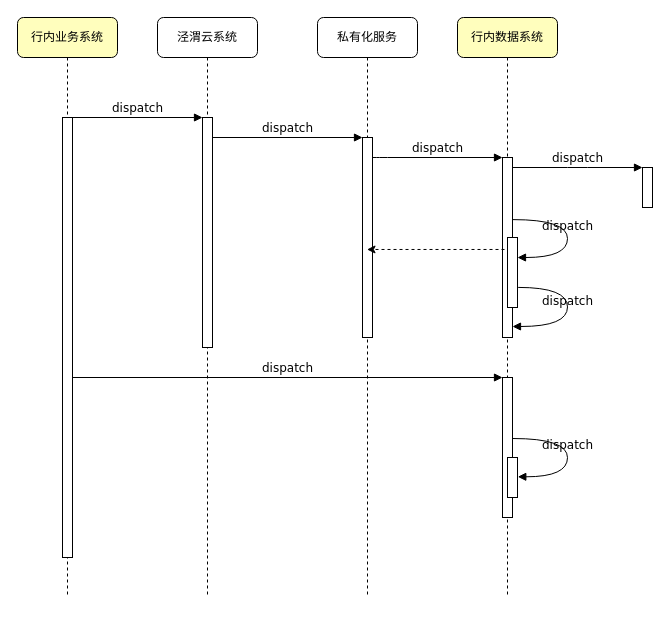
The draw.io diagram 未命名绘图.drawio in Colin007/diagrams, before the edit. Source tidied: cells renumbered, new cells numbered last; positions are measured from the earlier drawing's top-left corner, leaving out a move shared by most shapes. Both pictures are drawn from the tidied source at 100%, with x=0, y=0 at pixel (17, 17).
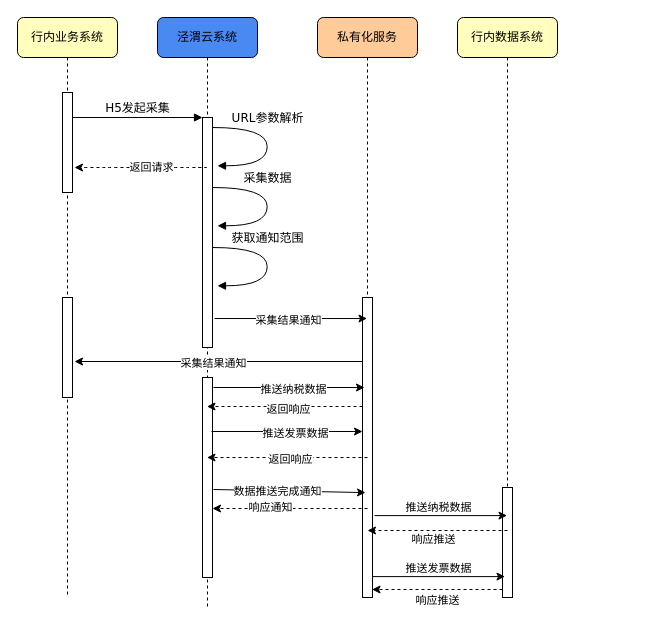
After the change.

Commit message:
更新未命名绘图.drawio

The change refers to these unchanged cells:
```xml
<mxCell id="3" style="html=1;points=[];perimeter=orthogonalPerimeter;rounded=0;shadow=0;comic=0;labelBackgroundColor=none;strokeWidth=1;fontFamily=Verdana;fontSize=12;align=center;" parent="2" vertex="1">
  <mxGeometry x="45" y="100" width="10" height="230" as="geometry" />
</mxCell>
<mxCell id="6" value="行内数据系统" style="shape=umlLifeline;perimeter=lifelinePerimeter;whiteSpace=wrap;html=1;rounded=1;shadow=0;comic=0;labelBackgroundColor=none;strokeWidth=1;fontFamily=Verdana;fontSize=12;align=center;fillColor=#FFFEBD;" parent="1" vertex="1">
  <mxGeometry x="440" width="100" height="580" as="geometry" />
</mxCell>
<mxCell id="7" value="行内业务系统" style="shape=umlLifeline;perimeter=lifelinePerimeter;whiteSpace=wrap;html=1;rounded=1;shadow=0;comic=0;labelBackgroundColor=none;strokeWidth=1;fontFamily=Verdana;fontSize=12;align=center;fillColor=#FFFEBD;" parent="1" vertex="1">
  <mxGeometry width="100" height="580" as="geometry" />
</mxCell>
```

What changed in the source:
```diff
@@
-    <mxCell id="2" value="泾渭云系统" style="shape=umlLifeline;perimeter=lifelinePerimeter;whiteSpace=wrap;html=1;outlineConnect=0;rounded=1;shadow=0;comic=0;labelBackgroundColor=none;strokeWidth=1;fontFamily=Verdana;fontSize=12;align=center;" parent="1" vertex="1">
-      <mxGeometry x="140" width="100" height="580" as="geometry" />
+    <mxCell id="2" value="泾渭云系统" style="shape=umlLifeline;perimeter=lifelinePerimeter;whiteSpace=wrap;html=1;outlineConnect=0;rounded=1;shadow=0;comic=0;labelBackgroundColor=none;strokeWidth=1;fontFamily=Verdana;fontSize=12;align=center;fillColor=#4989F2;" parent="1" vertex="1">
+      <mxGeometry x="140" width="100" height="590" as="geometry" />
     </mxCell>
@@
+    <mxCell id="23" value="URL参数解析" style="html=1;verticalAlign=bottom;endArrow=block;labelBackgroundColor=none;fontFamily=Verdana;fontSize=12;elbow=vertical;edgeStyle=orthogonalEdgeStyle;curved=1;entryX=1;entryY=0.286;entryPerimeter=0;exitX=1.038;exitY=0.345;exitPerimeter=0;" parent="2" edge="1">
+      <mxGeometry x="-0.23" relative="1" as="geometry">
+        <mxPoint x="55" y="110" as="sourcePoint" />
+        <mxPoint x="60" y="148.3" as="targetPoint" />
+        <Array as="points">
+          <mxPoint x="109.7" y="110" />
+          <mxPoint x="109.7" y="148" />
+        </Array>
+      </mxGeometry>
+    </mxCell>
+    <mxCell id="24" value="获取通知范围" style="html=1;verticalAlign=bottom;endArrow=block;labelBackgroundColor=none;fontFamily=Verdana;fontSize=12;elbow=vertical;edgeStyle=orthogonalEdgeStyle;curved=1;entryX=1;entryY=0.286;entryPerimeter=0;exitX=1.038;exitY=0.345;exitPerimeter=0;" parent="2" edge="1">
+      <mxGeometry x="-0.23" relative="1" as="geometry">
+        <mxPoint x="55" y="230" as="sourcePoint" />
+        <mxPoint x="60" y="268.3" as="targetPoint" />
+        <Array as="points">
+          <mxPoint x="109.7" y="230" />
+          <mxPoint x="109.7" y="268" />
+        </Array>
+      </mxGeometry>
+    </mxCell>
+    <mxCell id="25" style="html=1;points=[];perimeter=orthogonalPerimeter;rounded=0;shadow=0;comic=0;labelBackgroundColor=none;strokeWidth=1;fontFamily=Verdana;fontSize=12;align=center;" parent="2" vertex="1">
+      <mxGeometry x="45" y="360" width="10" height="200" as="geometry" />
+    </mxCell>
-    <mxCell id="4" value="私有化服务" style="shape=umlLifeline;perimeter=lifelinePerimeter;whiteSpace=wrap;html=1;outlineConnect=0;rounded=1;shadow=0;comic=0;labelBackgroundColor=none;strokeWidth=1;fontFamily=Verdana;fontSize=12;align=center;" parent="1" vertex="1">
+    <mxCell id="4" value="私有化服务" style="shape=umlLifeline;perimeter=lifelinePerimeter;whiteSpace=wrap;html=1;outlineConnect=0;rounded=1;shadow=0;comic=0;labelBackgroundColor=none;strokeWidth=1;fontFamily=Verdana;fontSize=12;align=center;fillColor=#FFCB99;" parent="1" vertex="1">
       <mxGeometry x="300" width="100" height="580" as="geometry" />
     </mxCell>
     <mxCell id="5" style="html=1;points=[];perimeter=orthogonalPerimeter;rounded=0;shadow=0;comic=0;labelBackgroundColor=none;strokeWidth=1;fontFamily=Verdana;fontSize=12;align=center;" parent="4" vertex="1">
-      <mxGeometry x="45" y="120" width="10" height="200" as="geometry" />
+      <mxGeometry x="45" y="280" width="10" height="300" as="geometry" />
     </mxCell>
+    <mxCell id="26" style="endArrow=classic;html=1;rounded=0;dashed=1;" parent="4" edge="1" target="2">
+      <mxGeometry relative="1" as="geometry">
+        <mxPoint x="50" y="440" as="sourcePoint" />
+      </mxGeometry>
+    </mxCell>
+    <mxCell id="27" value="返回响应" style="edgeLabel;html=1;align=center;verticalAlign=middle;" parent="26" vertex="1">
+      <mxGeometry x="-0.14" y="1" relative="1" as="geometry">
+        <mxPoint x="-9" as="offset" />
+      </mxGeometry>
+    </mxCell>
+    <mxCell id="28" style="endArrow=classic;html=1;rounded=0;dashed=1;" parent="4" edge="1">
+      <mxGeometry relative="1" as="geometry">
+        <mxPoint x="50" y="491" as="sourcePoint" />
+        <mxPoint x="-105" y="491" as="targetPoint" />
+      </mxGeometry>
+    </mxCell>
+    <mxCell id="29" value="响应通知" style="edgeLabel;html=1;align=center;verticalAlign=middle;" parent="28" vertex="1">
+      <mxGeometry x="0.26" y="-2" relative="1" as="geometry" />
+    </mxCell>
@@
+    <mxCell id="9" style="html=1;points=[];perimeter=orthogonalPerimeter;rounded=0;shadow=0;comic=0;labelBackgroundColor=none;strokeWidth=1;fontFamily=Verdana;fontSize=12;align=center;" parent="6" vertex="1">
+      <mxGeometry x="45" y="470" width="10" height="110" as="geometry" />
+    </mxCell>
+    <mxCell id="30" style="endArrow=classic;html=1;rounded=0;dashed=1;" parent="6" edge="1">
+      <mxGeometry relative="1" as="geometry">
+        <mxPoint x="45" y="572" as="sourcePoint" />
+        <mxPoint x="-85.5" y="572" as="targetPoint" />
+      </mxGeometry>
+    </mxCell>
+    <mxCell id="31" value="响应推送" style="edgeLabel;html=1;align=center;verticalAlign=middle;" parent="30" vertex="1">
+      <mxGeometry x="0.16" relative="1" as="geometry">
+        <mxPoint x="10" y="10" as="offset" />
+      </mxGeometry>
+    </mxCell>
@@
     <mxCell id="8" style="html=1;points=[];perimeter=orthogonalPerimeter;rounded=0;shadow=0;comic=0;labelBackgroundColor=none;strokeWidth=1;fontFamily=Verdana;fontSize=12;align=center;" parent="7" vertex="1">
-      <mxGeometry x="45" y="100" width="10" height="440" as="geometry" />
+      <mxGeometry x="45" y="75" width="10" height="100" as="geometry" />
     </mxCell>
-    <mxCell id="9" style="html=1;points=[];perimeter=orthogonalPerimeter;rounded=0;shadow=0;comic=0;labelBackgroundColor=none;strokeWidth=1;fontFamily=Verdana;fontSize=12;align=center;" parent="1" vertex="1">
-      <mxGeometry x="485" y="140" width="10" height="180" as="geometry" />
-    </mxCell>
-    <mxCell id="10" value="dispatch" style="html=1;verticalAlign=bottom;endArrow=block;labelBackgroundColor=none;fontFamily=Verdana;fontSize=12;edgeStyle=elbowEdgeStyle;elbow=vertical;" parent="1" edge="1" source="5" target="9">
-      <mxGeometry relative="1" as="geometry">
-        <Array as="points">
-          <mxPoint x="360" y="140" />
-        </Array>
-      </mxGeometry>
-    </mxCell>
-    <mxCell id="11" style="html=1;points=[];perimeter=orthogonalPerimeter;rounded=0;shadow=0;comic=0;labelBackgroundColor=none;strokeWidth=1;fontFamily=Verdana;fontSize=12;align=center;" parent="1" vertex="1">
-      <mxGeometry x="625" y="150" width="10" height="40" as="geometry" />
-    </mxCell>
-    <mxCell id="12" value="dispatch" style="html=1;verticalAlign=bottom;endArrow=block;entryX=0;entryY=0;labelBackgroundColor=none;fontFamily=Verdana;fontSize=12;edgeStyle=elbowEdgeStyle;elbow=vertical;" parent="1" edge="1" source="9" target="11">
-      <mxGeometry relative="1" as="geometry" />
-    </mxCell>
-    <mxCell id="13" style="html=1;points=[];perimeter=orthogonalPerimeter;rounded=0;shadow=0;comic=0;labelBackgroundColor=none;strokeWidth=1;fontFamily=Verdana;fontSize=12;align=center;" parent="1" vertex="1">
-      <mxGeometry x="485" y="360" width="10" height="140" as="geometry" />
-    </mxCell>
-    <mxCell id="14" value="dispatch" style="html=1;verticalAlign=bottom;endArrow=block;entryX=0;entryY=0;labelBackgroundColor=none;fontFamily=Verdana;fontSize=12;" parent="1" edge="1" source="8" target="13">
-      <mxGeometry relative="1" as="geometry" />
-    </mxCell>
+    <mxCell id="32" style="html=1;points=[];perimeter=orthogonalPerimeter;rounded=0;shadow=0;comic=0;labelBackgroundColor=none;strokeWidth=1;fontFamily=Verdana;fontSize=12;align=center;" parent="7" vertex="1">
+      <mxGeometry x="45" y="280" width="10" height="100" as="geometry" />
+    </mxCell>
-    <mxCell id="15" value="dispatch" style="html=1;verticalAlign=bottom;endArrow=block;entryX=0;entryY=0;labelBackgroundColor=none;fontFamily=Verdana;fontSize=12;edgeStyle=elbowEdgeStyle;elbow=vertical;" parent="1" edge="1" source="8" target="3">
+    <mxCell id="15" value="H5发起采集" style="html=1;verticalAlign=bottom;endArrow=block;entryX=0;entryY=0;labelBackgroundColor=none;fontFamily=Verdana;fontSize=12;edgeStyle=elbowEdgeStyle;elbow=vertical;" parent="1" edge="1" source="8" target="3">
       <mxGeometry relative="1" as="geometry" />
     </mxCell>
-    <mxCell id="16" value="dispatch" style="html=1;verticalAlign=bottom;endArrow=block;entryX=0;entryY=0;labelBackgroundColor=none;fontFamily=Verdana;fontSize=12;edgeStyle=elbowEdgeStyle;elbow=vertical;" parent="1" edge="1" source="3" target="5">
-      <mxGeometry relative="1" as="geometry" />
-    </mxCell>
-    <mxCell id="17" style="html=1;points=[];perimeter=orthogonalPerimeter;rounded=0;shadow=0;comic=0;labelBackgroundColor=none;strokeWidth=1;fontFamily=Verdana;fontSize=12;align=center;" parent="1" vertex="1">
-      <mxGeometry x="490" y="220" width="10" height="70" as="geometry" />
-    </mxCell>
-    <mxCell id="18" value="dispatch" style="html=1;verticalAlign=bottom;endArrow=block;labelBackgroundColor=none;fontFamily=Verdana;fontSize=12;elbow=vertical;edgeStyle=orthogonalEdgeStyle;curved=1;entryX=1;entryY=0.286;entryPerimeter=0;exitX=1.038;exitY=0.345;exitPerimeter=0;" parent="1" edge="1" source="9" target="17">
-      <mxGeometry relative="1" as="geometry">
-        <Array as="points">
-          <mxPoint x="550" y="202" />
-          <mxPoint x="550" y="240" />
-        </Array>
-      </mxGeometry>
-    </mxCell>
-    <mxCell id="19" value="dispatch" style="html=1;verticalAlign=bottom;endArrow=block;labelBackgroundColor=none;fontFamily=Verdana;fontSize=12;elbow=vertical;edgeStyle=orthogonalEdgeStyle;curved=1;exitX=1.066;exitY=0.713;exitPerimeter=0;" parent="1" edge="1" source="17">
-      <mxGeometry relative="1" as="geometry">
-        <mxPoint x="495" y="309" as="targetPoint" />
-        <Array as="points">
-          <mxPoint x="550" y="270" />
-          <mxPoint x="550" y="309" />
-        </Array>
-      </mxGeometry>
-    </mxCell>
-    <mxCell id="20" style="html=1;perimeter=orthogonalPerimeter;rounded=0;shadow=0;comic=0;labelBackgroundColor=none;strokeWidth=1;fontFamily=Verdana;fontSize=12;align=center;" parent="1" vertex="1">
-      <mxGeometry x="490" y="440" width="10" height="40" as="geometry" />
-    </mxCell>
-    <mxCell id="21" value="dispatch" style="html=1;verticalAlign=bottom;endArrow=block;labelBackgroundColor=none;fontFamily=Verdana;fontSize=12;elbow=vertical;edgeStyle=orthogonalEdgeStyle;curved=1;entryX=1;entryY=0.286;entryPerimeter=0;exitX=1.038;exitY=0.345;exitPerimeter=0;" parent="1" edge="1">
-      <mxGeometry relative="1" as="geometry">
-        <mxPoint x="495.3" y="421" as="sourcePoint" />
-        <mxPoint x="500.3" y="459.3" as="targetPoint" />
+    <mxCell id="21" value="采集数据" style="html=1;verticalAlign=bottom;endArrow=block;labelBackgroundColor=none;fontFamily=Verdana;fontSize=12;elbow=vertical;edgeStyle=orthogonalEdgeStyle;curved=1;entryX=1;entryY=0.286;entryPerimeter=0;exitX=1.038;exitY=0.345;exitPerimeter=0;" parent="1" edge="1">
+      <mxGeometry x="-0.23" relative="1" as="geometry">
+        <mxPoint x="195" y="170" as="sourcePoint" />
+        <mxPoint x="200" y="208.3" as="targetPoint" />
         <Array as="points">
-          <mxPoint x="550" y="421" />
-          <mxPoint x="550" y="459" />
+          <mxPoint x="249.7" y="170" />
+          <mxPoint x="249.7" y="208" />
         </Array>
       </mxGeometry>
     </mxCell>
-    <mxCell id="22" style="endArrow=classic;html=1;rounded=0;exitX=0.2;exitY=0.511;exitDx=0;exitDy=0;exitPerimeter=0;dashed=1;" parent="1" edge="1" source="9" target="4">
-      <mxGeometry relative="1" as="geometry" />
-    </mxCell>
+    <mxCell id="33" style="endArrow=classic;html=1;dashed=1;curved=1;entryX=1.2;entryY=0.65;entryDx=0;entryDy=0;entryPerimeter=0;" parent="1" edge="1">
+      <mxGeometry relative="1" as="geometry">
+        <mxPoint x="189.5" y="150" as="sourcePoint" />
+        <mxPoint x="57" y="150" as="targetPoint" />
+      </mxGeometry>
+    </mxCell>
+    <mxCell id="34" value="返回请求" style="edgeLabel;html=1;align=center;verticalAlign=middle;" parent="33" vertex="1">
+      <mxGeometry x="-0.16" y="-1" relative="1" as="geometry" />
+    </mxCell>
+    <mxCell id="35" style="endArrow=classic;html=1;exitX=1.2;exitY=0.874;exitDx=0;exitDy=0;exitPerimeter=0;rounded=0;" parent="1" edge="1" source="3" target="4">
+      <mxGeometry relative="1" as="geometry" />
+    </mxCell>
+    <mxCell id="36" value="采集结果通知" style="edgeLabel;html=1;align=center;verticalAlign=middle;" parent="35" vertex="1">
+      <mxGeometry x="0.29" y="-1" relative="1" as="geometry">
+        <mxPoint x="-25" as="offset" />
+      </mxGeometry>
+    </mxCell>
+    <mxCell id="37" style="edgeStyle=orthogonalEdgeStyle;rounded=0;jettySize=auto;html=1;entryX=1.2;entryY=0.64;entryDx=0;entryDy=0;entryPerimeter=0;" parent="1" edge="1" source="5" target="32">
+      <mxGeometry relative="1" as="geometry">
+        <Array as="points">
+          <mxPoint x="57" y="345" />
+        </Array>
+      </mxGeometry>
+    </mxCell>
+    <mxCell id="38" value="采集结果通知" style="edgeLabel;html=1;align=center;verticalAlign=middle;" parent="37" vertex="1">
+      <mxGeometry x="-0.22" y="1" relative="1" as="geometry">
+        <mxPoint x="-38" as="offset" />
+      </mxGeometry>
+    </mxCell>
+    <mxCell id="39" style="endArrow=classic;html=1;rounded=0;exitX=0.9;exitY=0.155;exitDx=0;exitDy=0;exitPerimeter=0;" parent="1" edge="1">
+      <mxGeometry relative="1" as="geometry">
+        <mxPoint x="194" y="414" as="sourcePoint" />
+        <mxPoint x="345" y="414" as="targetPoint" />
+      </mxGeometry>
+    </mxCell>
+    <mxCell id="40" value="推送发票数据" style="edgeLabel;html=1;align=center;verticalAlign=middle;" parent="39" vertex="1">
+      <mxGeometry x="0.17" y="-1" relative="1" as="geometry">
+        <mxPoint x="-5" as="offset" />
+      </mxGeometry>
+    </mxCell>
+    <mxCell id="41" style="endArrow=classic;html=1;rounded=0;dashed=1;" parent="1" edge="1">
+      <mxGeometry relative="1" as="geometry">
+        <mxPoint x="345" y="389" as="sourcePoint" />
+        <mxPoint x="189.5" y="389" as="targetPoint" />
+      </mxGeometry>
+    </mxCell>
+    <mxCell id="42" value="返回响应" style="edgeLabel;html=1;align=center;verticalAlign=middle;" parent="41" vertex="1">
+      <mxGeometry x="0.16" y="2" relative="1" as="geometry">
+        <mxPoint x="15" as="offset" />
+      </mxGeometry>
+    </mxCell>
+    <mxCell id="43" style="endArrow=classic;html=1;rounded=0;exitX=0.9;exitY=0.155;exitDx=0;exitDy=0;exitPerimeter=0;" parent="1" edge="1">
+      <mxGeometry relative="1" as="geometry">
+        <mxPoint x="196" y="370" as="sourcePoint" />
+        <mxPoint x="347" y="370" as="targetPoint" />
+      </mxGeometry>
+    </mxCell>
+    <mxCell id="44" value="推送纳税数据" style="edgeLabel;html=1;align=center;verticalAlign=middle;" parent="43" vertex="1">
+      <mxGeometry x="0.17" y="-1" relative="1" as="geometry">
+        <mxPoint x="-9" as="offset" />
+      </mxGeometry>
+    </mxCell>
+    <mxCell id="45" style="endArrow=classic;html=1;rounded=0;entryX=0.1;entryY=0.679;entryDx=0;entryDy=0;entryPerimeter=0;exitX=1.1;exitY=0.56;exitDx=0;exitDy=0;exitPerimeter=0;" parent="1" edge="1" source="25">
+      <mxGeometry relative="1" as="geometry">
+        <mxPoint x="348" y="475.1" as="targetPoint" />
+      </mxGeometry>
+    </mxCell>
+    <mxCell id="46" value="数据推送完成通知" style="edgeLabel;html=1;align=center;verticalAlign=middle;" parent="45" vertex="1">
+      <mxGeometry x="-0.18" relative="1" as="geometry">
+        <mxPoint x="2" as="offset" />
+      </mxGeometry>
+    </mxCell>
+    <mxCell id="47" style="endArrow=classic;html=1;rounded=0;exitX=1.2;exitY=0.761;exitDx=0;exitDy=0;exitPerimeter=0;" parent="1" edge="1">
+      <mxGeometry relative="1" as="geometry">
+        <mxPoint x="357" y="498.1" as="sourcePoint" />
+        <mxPoint x="489.5" y="498.1" as="targetPoint" />
+      </mxGeometry>
+    </mxCell>
+    <mxCell id="48" value="推送纳税数据" style="edgeLabel;html=1;align=center;verticalAlign=middle;" parent="47" vertex="1">
+      <mxGeometry x="-0.22" relative="1" as="geometry">
+        <mxPoint x="11" y="-9" as="offset" />
+      </mxGeometry>
+    </mxCell>
+    <mxCell id="49" style="endArrow=classic;html=1;rounded=0;exitX=1.2;exitY=0.761;exitDx=0;exitDy=0;exitPerimeter=0;" parent="1" edge="1">
+      <mxGeometry relative="1" as="geometry">
+        <mxPoint x="355" y="559.1" as="sourcePoint" />
+        <mxPoint x="487.5" y="559.1" as="targetPoint" />
+      </mxGeometry>
+    </mxCell>
+    <mxCell id="50" value="推送发票数据" style="edgeLabel;html=1;align=center;verticalAlign=middle;" parent="49" vertex="1">
+      <mxGeometry x="-0.22" relative="1" as="geometry">
+        <mxPoint x="13" y="-9" as="offset" />
+      </mxGeometry>
+    </mxCell>
+    <mxCell id="51" style="endArrow=classic;html=1;rounded=0;dashed=1;" parent="1" edge="1">
+      <mxGeometry relative="1" as="geometry">
+        <mxPoint x="490" y="513" as="sourcePoint" />
+        <mxPoint x="350" y="513" as="targetPoint" />
+      </mxGeometry>
+    </mxCell>
+    <mxCell id="52" value="响应推送" style="edgeLabel;html=1;align=center;verticalAlign=middle;" parent="51" vertex="1">
+      <mxGeometry x="0.26" y="-2" relative="1" as="geometry">
+        <mxPoint x="13" y="10" as="offset" />
+      </mxGeometry>
+    </mxCell>
```
